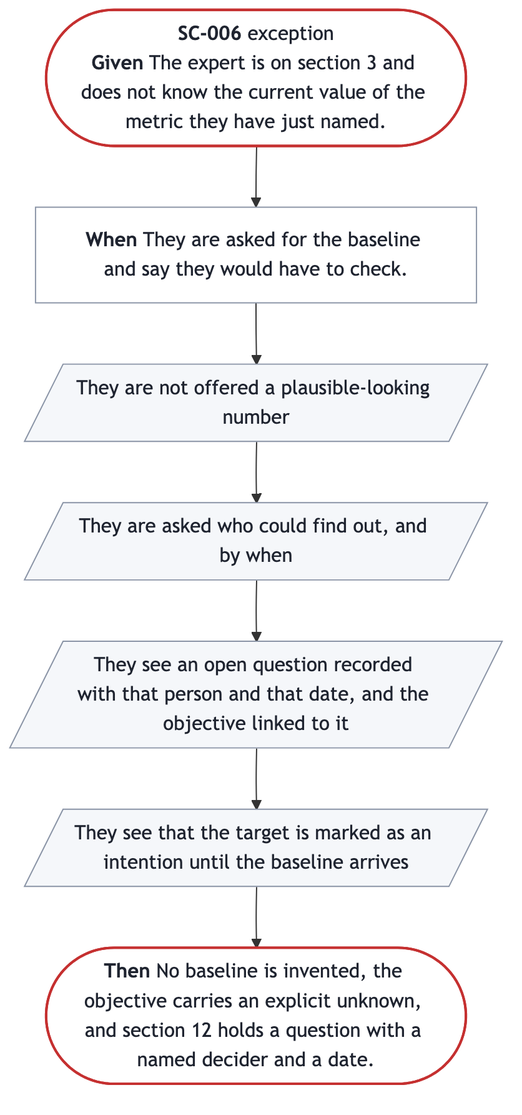
SpillwaveSolutions/prd-forge keeps this Mermaid diagram as docs/prd/prd-forge/diagrams/SC-006.png. Above is the earlier version. Its source is kept beside it as docs/prd/prd-forge/diagrams/SC-006.mmd. The source it was exported from:
```mermaid
%%{init: {"flowchart": {"wrappingWidth": 300}}}%%
flowchart TB
  start(["<b>SC-006</b> exception<br/><b>Given</b> The expert is on section 3 and does not know the current value of the metric they have just named."])
  trigger["<b>When</b> They are asked for the baseline and say they would have to check."]
  s0[/"They are not offered a plausible-looking number"/]
  s1[/"They are asked who could find out, and by when"/]
  s2[/"They see an open question recorded with that person and that date, and the objective linked to it"/]
  s3[/"They see that the target is marked as an intention until the baseline arrives"/]
  done(["<b>Then</b> No baseline is invented, the objective carries an explicit unknown, and section 12 holds a question with a named decider and a date."])
  start --> trigger --> s0 --> s1 --> s2 --> s3 --> done
  classDef ends fill:#FFFFFF,stroke:#C53030,stroke-width:2px,color:#1F2430
  classDef sees fill:#F5F7FA,stroke:#8A94A6,color:#1F2430
  classDef does fill:#FFFFFF,stroke:#8A94A6,color:#1F2430
  class start,done ends
  class s0 sees
  class s1 sees
  class s2 sees
  class s3 sees
  class trigger does
```
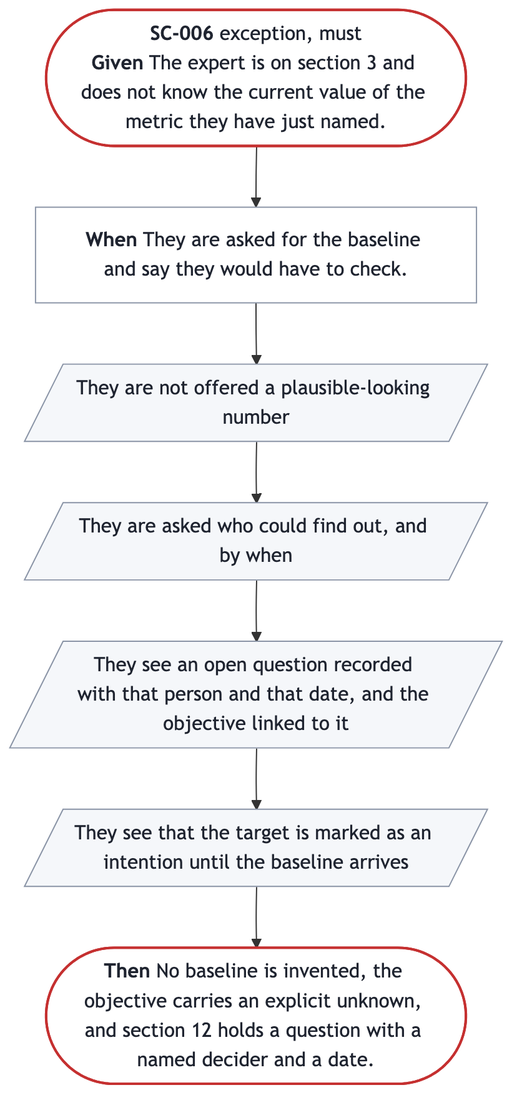
Later version of the same file.

What changed in the source:
```diff
@@ -1,6 +1,6 @@
 %%{init: {"flowchart": {"wrappingWidth": 300}}}%%
 flowchart TB
-  start(["<b>SC-006</b> exception<br/><b>Given</b> The expert is on section 3 and does not know the current value of the metric they have just named."])
+  start(["<b>SC-006</b> exception, must<br/><b>Given</b> The expert is on section 3 and does not know the current value of the metric they have just named."])
   trigger["<b>When</b> They are asked for the baseline and say they would have to check."]
   s0[/"They are not offered a plausible-looking number"/]
   s1[/"They are asked who could find out, and by when"/]
```
